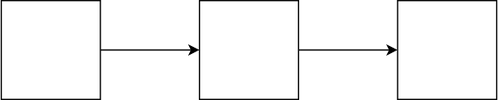
Above: zaiko_management.svg in awsome-cats/project-design-for-react (draw.io), before the change. Source tidied: cells renumbered, new cells last; positions are measured from the earlier drawing's top-left corner, leaving out a move shared by most shapes. Its diagram source:
```xml
<mxGraphModel>
  <root>
    <mxCell id="0" />
    <mxCell id="1" parent="0" />
    <mxCell id="2" style="edgeStyle=orthogonalEdgeStyle;rounded=0;jettySize=auto;html=1;" parent="1" edge="1" source="3" target="5">
      <mxGeometry relative="1" as="geometry" />
    </mxCell>
    <mxCell id="3" style="whiteSpace=wrap;html=1;" parent="1" vertex="1">
      <mxGeometry width="80" height="80" as="geometry" />
    </mxCell>
    <mxCell id="4" style="edgeStyle=orthogonalEdgeStyle;rounded=0;jettySize=auto;html=1;" parent="1" edge="1" source="5" target="6">
      <mxGeometry relative="1" as="geometry" />
    </mxCell>
    <mxCell id="5" style="whiteSpace=wrap;html=1;" parent="1" vertex="1">
      <mxGeometry x="160" width="80" height="80" as="geometry" />
    </mxCell>
    <mxCell id="6" style="whiteSpace=wrap;html=1;" parent="1" vertex="1">
      <mxGeometry x="320" width="80" height="80" as="geometry" />
    </mxCell>
  </root>
</mxGraphModel>
```
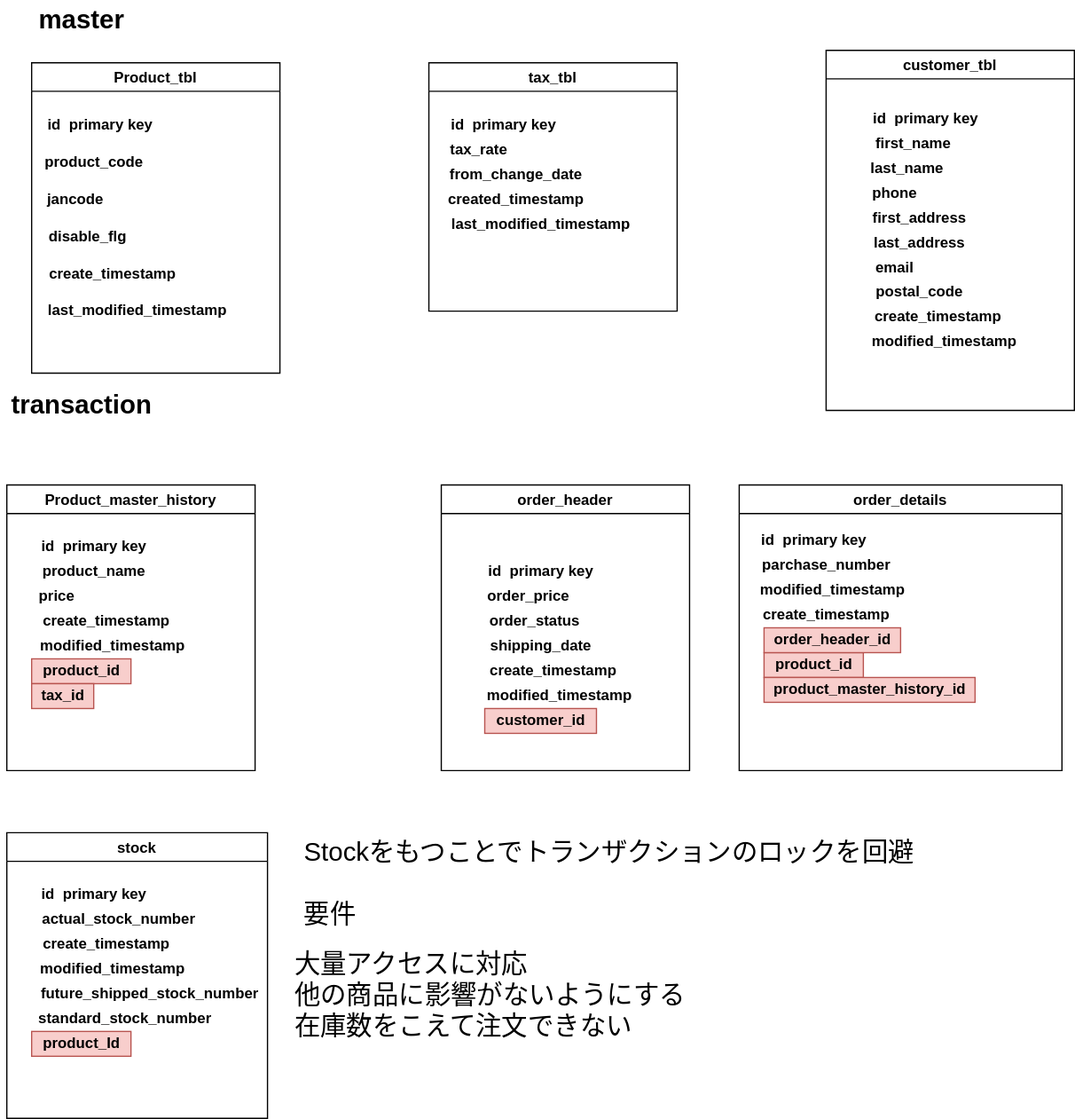
After the commit.

Change to the diagram source:
```diff
@@ -2,20 +2,198 @@
   <root>
     <mxCell id="0" />
     <mxCell id="1" parent="0" />
-    <mxCell id="2" style="edgeStyle=orthogonalEdgeStyle;rounded=0;jettySize=auto;html=1;" parent="1" edge="1" source="3" target="5">
-      <mxGeometry relative="1" as="geometry" />
+    <mxCell id="2" style="edgeStyle=orthogonalEdgeStyle;rounded=0;jettySize=auto;html=1;" parent="1" edge="1" target="x">
+      <mxGeometry relative="1" as="geometry">
+        <mxPoint x="80" y="40" as="sourcePoint" />
+      </mxGeometry>
     </mxCell>
-    <mxCell id="3" style="whiteSpace=wrap;html=1;" parent="1" vertex="1">
-      <mxGeometry width="80" height="80" as="geometry" />
-    </mxCell>
-    <mxCell id="4" style="edgeStyle=orthogonalEdgeStyle;rounded=0;jettySize=auto;html=1;" parent="1" edge="1" source="5" target="6">
-      <mxGeometry relative="1" as="geometry" />
+    <mxCell id="4" style="edgeStyle=orthogonalEdgeStyle;rounded=0;jettySize=auto;html=1;" parent="1" edge="1" target="x">
+      <mxGeometry relative="1" as="geometry">
+        <mxPoint x="240" y="40" as="sourcePoint" />
+      </mxGeometry>
     </mxCell>
-    <mxCell id="5" style="whiteSpace=wrap;html=1;" parent="1" vertex="1">
-      <mxGeometry x="160" width="80" height="80" as="geometry" />
-    </mxCell>
-    <mxCell id="6" style="whiteSpace=wrap;html=1;" parent="1" vertex="1">
-      <mxGeometry x="320" width="80" height="80" as="geometry" />
-    </mxCell>
+    <mxCell id="7" value="Product_tbl" style="swimlane;" parent="1" vertex="1">
+      <mxGeometry x="-50" y="150" width="200" height="250" as="geometry" />
+    </mxCell>
+    <mxCell id="8" value="id&amp;nbsp; primary key" style="text;html=1;align=center;verticalAlign=middle;strokeColor=none;fillColor=none;fontStyle=1;" parent="7" vertex="1">
+      <mxGeometry x="5" y="40" width="100" height="20" as="geometry" />
+    </mxCell>
+    <mxCell id="9" value="product_code" style="text;html=1;align=center;verticalAlign=middle;strokeColor=none;fillColor=none;fontStyle=1;" parent="7" vertex="1">
+      <mxGeometry x="5" y="70" width="90" height="20" as="geometry" />
+    </mxCell>
+    <mxCell id="10" value="last_modified_timestamp" style="text;html=1;align=center;verticalAlign=middle;strokeColor=none;fillColor=none;fontStyle=1;" parent="7" vertex="1">
+      <mxGeometry x="5" y="190" width="160" height="20" as="geometry" />
+    </mxCell>
+    <mxCell id="11" value="jancode" style="text;html=1;align=center;verticalAlign=middle;strokeColor=none;fillColor=none;fontStyle=1;" parent="7" vertex="1">
+      <mxGeometry x="5" y="100" width="60" height="20" as="geometry" />
+    </mxCell>
+    <mxCell id="12" value="disable_flg" style="text;html=1;align=center;verticalAlign=middle;strokeColor=none;fillColor=none;fontStyle=1;" parent="7" vertex="1">
+      <mxGeometry x="5" y="130" width="80" height="20" as="geometry" />
+    </mxCell>
+    <mxCell id="13" value="create_timestamp" style="text;html=1;align=center;verticalAlign=middle;strokeColor=none;fillColor=none;fontStyle=1;" parent="7" vertex="1">
+      <mxGeometry x="5" y="160" width="120" height="20" as="geometry" />
+    </mxCell>
+    <mxCell id="14" value="tax_tbl" style="swimlane;" parent="1" vertex="1">
+      <mxGeometry x="270" y="150" width="200" height="200" as="geometry" />
+    </mxCell>
+    <mxCell id="15" value="tax_rate" style="text;html=1;align=center;verticalAlign=middle;strokeColor=none;fillColor=none;fontStyle=1;" parent="14" vertex="1">
+      <mxGeometry x="10" y="60" width="60" height="20" as="geometry" />
+    </mxCell>
+    <mxCell id="16" value="created_timestamp" style="text;html=1;align=center;verticalAlign=middle;strokeColor=none;fillColor=none;fontStyle=1;" parent="14" vertex="1">
+      <mxGeometry x="10" y="100" width="120" height="20" as="geometry" />
+    </mxCell>
+    <mxCell id="17" value="last_modified_timestamp" style="text;html=1;align=center;verticalAlign=middle;strokeColor=none;fillColor=none;fontStyle=1;" parent="14" vertex="1">
+      <mxGeometry x="10" y="120" width="160" height="20" as="geometry" />
+    </mxCell>
+    <mxCell id="18" value="id&amp;nbsp; primary key" style="text;html=1;align=center;verticalAlign=middle;strokeColor=none;fillColor=none;fontStyle=1;" parent="14" vertex="1">
+      <mxGeometry x="10" y="40" width="100" height="20" as="geometry" />
+    </mxCell>
+    <mxCell id="19" value="from_change_date" style="text;html=1;align=center;verticalAlign=middle;strokeColor=none;fillColor=none;fontStyle=1;" parent="14" vertex="1">
+      <mxGeometry x="10" y="80" width="120" height="20" as="geometry" />
+    </mxCell>
+    <mxCell id="20" value="customer_tbl" style="swimlane;" parent="1" vertex="1">
+      <mxGeometry x="590" y="140" width="200" height="290" as="geometry" />
+    </mxCell>
+    <mxCell id="21" value="first_name&lt;span style=&quot;color: rgba(0 , 0 , 0 , 0) ; font-family: monospace ; font-size: 0px ; font-weight: 400&quot;&gt;%3CmxGraphModel%3E%3Croot%3E%3CmxCell%20id%3D%220%22%2F%3E%3CmxCell%20id%3D%221%22%20parent%3D%220%22%2F%3E%3CmxCell%20id%3D%222%22%20value%3D%22tax%22%20style%3D%22text%3Bhtml%3D1%3Balign%3Dcenter%3BverticalAlign%3Dmiddle%3Bresizable%3D0%3Bpoints%3D%5B%5D%3Bautosize%3D1%3BstrokeColor%3Dnone%3BfillColor%3Dnone%3BfontStyle%3D1%22%20vertex%3D%221%22%20parent%3D%221%22%3E%3CmxGeometry%20x%3D%22360%22%20y%3D%22270%22%20width%3D%2230%22%20height%3D%2220%22%20as%3D%22geometry%22%2F%3E%3C%2FmxCell%3E%3C%2Froot%3E%3C%2FmxGraphModel%3E&lt;/span&gt;" style="text;html=1;align=center;verticalAlign=middle;strokeColor=none;fillColor=none;fontStyle=1;" parent="20" vertex="1">
+      <mxGeometry x="30" y="65" width="80" height="20" as="geometry" />
+    </mxCell>
+    <mxCell id="22" value="phone&lt;span style=&quot;color: rgba(0 , 0 , 0 , 0) ; font-family: monospace ; font-size: 0px ; font-weight: 400&quot;&gt;%3CmxGraphModel%3E%3Croot%3E%3CmxCell%20id%3D%220%22%2F%3E%3CmxCell%20id%3D%221%22%20parent%3D%220%22%2F%3E%3CmxCell%20id%3D%222%22%20value%3D%22name%26lt%3Bspan%20style%3D%26quot%3Bcolor%3A%20rgba(0%20%2C%200%20%2C%200%20%2C%200)%20%3B%20font-family%3A%20monospace%20%3B%20font-size%3A%200px%20%3B%20font-weight%3A%20400%26quot%3B%26gt%3B%253CmxGraphModel%253E%253Croot%253E%253CmxCell%2520id%253D%25220%2522%252F%253E%253CmxCell%2520id%253D%25221%2522%2520parent%253D%25220%2522%252F%253E%253CmxCell%2520id%253D%25222%2522%2520value%253D%2522tax%2522%2520style%253D%2522text%253Bhtml%253D1%253Balign%253Dcenter%253BverticalAlign%253Dmiddle%253Bresizable%253D0%253Bpoints%253D%255B%255D%253Bautosize%253D1%253BstrokeColor%253Dnone%253BfillColor%253Dnone%253BfontStyle%253D1%2522%2520vertex%253D%25221%2522%2520parent%253D%25221%2522%253E%253CmxGeometry%2520x%253D%2522360%2522%2520y%253D%2522270%2522%2520width%253D%252230%2522%2520height%253D%252220%2522%2520as%253D%2522geometry%2522%252F%253E%253C%252FmxCell%253E%253C%252Froot%253E%253C%252FmxGraphModel%253E%26lt%3B%2Fspan%26gt%3B%22%20style%3D%22text%3Bhtml%3D1%3Balign%3Dcenter%3BverticalAlign%3Dmiddle%3Bresizable%3D0%3Bpoints%3D%5B%5D%3Bautosize%3D1%3BstrokeColor%3Dnone%3BfillColor%3Dnone%3BfontStyle%3D1%22%20vertex%3D%221%22%20parent%3D%221%22%3E%3CmxGeometry%20x%3D%22670%22%20y%3D%22260%22%20width%3D%2250%22%20height%3D%2220%22%20as%3D%22geometry%22%2F%3E%3C%2FmxCell%3E%3C%2Froot%3E%3C%2FmxGraphModel%3E_number&lt;/span&gt;" style="text;html=1;align=center;verticalAlign=middle;strokeColor=none;fillColor=none;fontStyle=1;" parent="20" vertex="1">
+      <mxGeometry x="30" y="105" width="50" height="20" as="geometry" />
+    </mxCell>
+    <mxCell id="23" value="email" style="text;html=1;align=center;verticalAlign=middle;strokeColor=none;fillColor=none;fontStyle=1;" parent="20" vertex="1">
+      <mxGeometry x="30" y="165" width="50" height="20" as="geometry" />
+    </mxCell>
+    <mxCell id="24" value="id&amp;nbsp; primary key" style="text;html=1;align=center;verticalAlign=middle;strokeColor=none;fillColor=none;fontStyle=1;" parent="20" vertex="1">
+      <mxGeometry x="30" y="45" width="100" height="20" as="geometry" />
+    </mxCell>
+    <mxCell id="25" value="last_name" style="text;html=1;align=center;verticalAlign=middle;strokeColor=none;fillColor=none;fontStyle=1;" parent="20" vertex="1">
+      <mxGeometry x="30" y="85" width="70" height="20" as="geometry" />
+    </mxCell>
+    <mxCell id="26" value="first_address" style="text;html=1;align=center;verticalAlign=middle;strokeColor=none;fillColor=none;fontStyle=1;" parent="20" vertex="1">
+      <mxGeometry x="30" y="125" width="90" height="20" as="geometry" />
+    </mxCell>
+    <mxCell id="27" value="last_address" style="text;html=1;align=center;verticalAlign=middle;strokeColor=none;fillColor=none;fontStyle=1;" parent="20" vertex="1">
+      <mxGeometry x="30" y="145" width="90" height="20" as="geometry" />
+    </mxCell>
+    <mxCell id="28" value="postal_code" style="text;html=1;align=center;verticalAlign=middle;strokeColor=none;fillColor=none;fontStyle=1;" parent="20" vertex="1">
+      <mxGeometry x="30" y="185" width="90" height="20" as="geometry" />
+    </mxCell>
+    <mxCell id="29" value="create_timestamp" style="text;html=1;align=center;verticalAlign=middle;strokeColor=none;fillColor=none;fontStyle=1;" parent="20" vertex="1">
+      <mxGeometry x="30" y="205" width="120" height="20" as="geometry" />
+    </mxCell>
+    <mxCell id="30" value="modified_timestamp" style="text;html=1;align=center;verticalAlign=middle;strokeColor=none;fillColor=none;fontStyle=1;" parent="20" vertex="1">
+      <mxGeometry x="30" y="225" width="130" height="20" as="geometry" />
+    </mxCell>
+    <mxCell id="31" value="master" style="text;html=1;align=center;verticalAlign=middle;strokeColor=none;fillColor=none;fontSize=21;fontStyle=1;" parent="1" vertex="1">
+      <mxGeometry x="-50" y="100" width="80" height="30" as="geometry" />
+    </mxCell>
+    <mxCell id="32" value="transaction" style="text;html=1;align=center;verticalAlign=middle;strokeColor=none;fillColor=none;fontSize=21;fontStyle=1;" parent="1" vertex="1">
+      <mxGeometry x="-75" y="410" width="130" height="30" as="geometry" />
+    </mxCell>
+    <mxCell id="33" value="order_header" style="swimlane;" parent="1" vertex="1">
+      <mxGeometry x="280" y="490" width="200" height="230" as="geometry" />
+    </mxCell>
+    <mxCell id="34" value="id&amp;nbsp; primary key" style="text;html=1;align=center;verticalAlign=middle;strokeColor=none;fillColor=none;fontStyle=1;" parent="33" vertex="1">
+      <mxGeometry x="30" y="60" width="100" height="20" as="geometry" />
+    </mxCell>
+    <mxCell id="35" value="create_timestamp" style="text;html=1;align=center;verticalAlign=middle;strokeColor=none;fillColor=none;fontStyle=1;" parent="33" vertex="1">
+      <mxGeometry x="30" y="140" width="120" height="20" as="geometry" />
+    </mxCell>
+    <mxCell id="36" value="order_price" style="text;html=1;align=center;verticalAlign=middle;strokeColor=none;fillColor=none;fontStyle=1;" parent="33" vertex="1">
+      <mxGeometry x="30" y="80" width="80" height="20" as="geometry" />
+    </mxCell>
+    <mxCell id="37" value="order_status" style="text;html=1;align=center;verticalAlign=middle;strokeColor=none;fillColor=none;fontStyle=1;" parent="33" vertex="1">
+      <mxGeometry x="30" y="100" width="90" height="20" as="geometry" />
+    </mxCell>
+    <mxCell id="38" value="customer_id" style="text;html=1;align=center;verticalAlign=middle;strokeColor=#b85450;fillColor=#f8cecc;fontStyle=1;" parent="33" vertex="1">
+      <mxGeometry x="35" y="180" width="90" height="20" as="geometry" />
+    </mxCell>
+    <mxCell id="39" value="shipping_date" style="text;html=1;align=center;verticalAlign=middle;strokeColor=none;fillColor=none;fontStyle=1;" parent="33" vertex="1">
+      <mxGeometry x="30" y="120" width="100" height="20" as="geometry" />
+    </mxCell>
+    <mxCell id="40" value="modified_timestamp" style="text;html=1;align=center;verticalAlign=middle;strokeColor=none;fillColor=none;fontStyle=1;" parent="33" vertex="1">
+      <mxGeometry x="30" y="160" width="130" height="20" as="geometry" />
+    </mxCell>
+    <mxCell id="41" value="order_details" style="swimlane;" parent="1" vertex="1">
+      <mxGeometry x="520" y="490" width="260" height="230" as="geometry" />
+    </mxCell>
+    <mxCell id="42" value="id&amp;nbsp; primary key" style="text;html=1;align=center;verticalAlign=middle;strokeColor=none;fillColor=none;fontStyle=1;" parent="41" vertex="1">
+      <mxGeometry x="10" y="35" width="100" height="20" as="geometry" />
+    </mxCell>
+    <mxCell id="43" value="product_id&lt;span style=&quot;color: rgba(0 , 0 , 0 , 0) ; font-family: monospace ; font-size: 0px ; font-weight: 400&quot;&gt;%3CmxGraphModel%3E%3Croot%3E%3CmxCell%20id%3D%220%22%2F%3E%3CmxCell%20id%3D%221%22%20parent%3D%220%22%2F%3E%3CmxCell%20id%3D%222%22%20value%3D%22id%26amp%3Bnbsp%3B%20primary%20key%22%20style%3D%22text%3Bhtml%3D1%3Balign%3Dcenter%3BverticalAlign%3Dmiddle%3Bresizable%3D0%3Bpoints%3D%5B%5D%3Bautosize%3D1%3BstrokeColor%3Dnone%3BfillColor%3Dnone%3BfontStyle%3D1%22%20vertex%3D%221%22%20parent%3D%221%22%3E%3CmxGeometry%20x%3D%22270%22%20y%3D%22585%22%20width%3D%22100%22%20height%3D%2220%22%20as%3D%22geometry%22%2F%3E%3C%2FmxCell%3E%3C%2Froot%3E%3C%2FmxGraphModel%&lt;/span&gt;" style="text;html=1;align=center;verticalAlign=middle;strokeColor=#b85450;fillColor=#f8cecc;fontStyle=1;" parent="41" vertex="1">
+      <mxGeometry x="20" y="135" width="80" height="20" as="geometry" />
+    </mxCell>
+    <mxCell id="44" value="order_header_id" style="text;html=1;align=center;verticalAlign=middle;strokeColor=#b85450;fillColor=#f8cecc;fontStyle=1;" parent="41" vertex="1">
+      <mxGeometry x="20" y="115" width="110" height="20" as="geometry" />
+    </mxCell>
+    <mxCell id="45" value="create_timestamp" style="text;html=1;align=center;verticalAlign=middle;strokeColor=none;fillColor=none;fontStyle=1;" parent="41" vertex="1">
+      <mxGeometry x="10" y="95" width="120" height="20" as="geometry" />
+    </mxCell>
+    <mxCell id="46" value="parchase_number" style="text;html=1;align=center;verticalAlign=middle;strokeColor=none;fillColor=none;fontStyle=1;" parent="41" vertex="1">
+      <mxGeometry x="10" y="55" width="120" height="20" as="geometry" />
+    </mxCell>
+    <mxCell id="47" value="product_master_history_id" style="text;html=1;align=center;verticalAlign=middle;strokeColor=#b85450;fillColor=#f8cecc;fontStyle=1;" parent="41" vertex="1">
+      <mxGeometry x="20" y="155" width="170" height="20" as="geometry" />
+    </mxCell>
+    <mxCell id="48" value="modified_timestamp" style="text;html=1;align=center;verticalAlign=middle;strokeColor=none;fillColor=none;fontStyle=1;" parent="41" vertex="1">
+      <mxGeometry x="10" y="75" width="130" height="20" as="geometry" />
+    </mxCell>
+    <mxCell id="49" value="Product_master_history" style="swimlane;" parent="1" vertex="1">
+      <mxGeometry x="-70" y="490" width="200" height="230" as="geometry" />
+    </mxCell>
+    <mxCell id="50" value="id&amp;nbsp; primary key" style="text;html=1;align=center;verticalAlign=middle;strokeColor=none;fillColor=none;fontStyle=1;" parent="49" vertex="1">
+      <mxGeometry x="20" y="40" width="100" height="20" as="geometry" />
+    </mxCell>
+    <mxCell id="51" value="product_name" style="text;html=1;align=center;verticalAlign=middle;strokeColor=none;fillColor=none;fontStyle=1;" parent="49" vertex="1">
+      <mxGeometry x="20" y="60" width="100" height="20" as="geometry" />
+    </mxCell>
+    <mxCell id="52" value="product_id" style="text;html=1;align=center;verticalAlign=middle;strokeColor=#b85450;fillColor=#f8cecc;fontStyle=1;" parent="49" vertex="1">
+      <mxGeometry x="20" y="140" width="80" height="20" as="geometry" />
+    </mxCell>
+    <mxCell id="53" value="price" style="text;html=1;align=center;verticalAlign=middle;strokeColor=none;fillColor=none;fontStyle=1;" parent="49" vertex="1">
+      <mxGeometry x="20" y="80" width="40" height="20" as="geometry" />
+    </mxCell>
+    <mxCell id="54" value="tax_id" style="text;html=1;align=center;verticalAlign=middle;strokeColor=#b85450;fillColor=#f8cecc;fontStyle=1;" parent="49" vertex="1">
+      <mxGeometry x="20" y="160" width="50" height="20" as="geometry" />
+    </mxCell>
+    <mxCell id="55" value="create_timestamp" style="text;html=1;align=center;verticalAlign=middle;strokeColor=none;fillColor=none;fontStyle=1;" parent="49" vertex="1">
+      <mxGeometry x="20" y="100" width="120" height="20" as="geometry" />
+    </mxCell>
+    <mxCell id="56" value="modified_timestamp" style="text;html=1;align=center;verticalAlign=middle;strokeColor=none;fillColor=none;fontStyle=1;" parent="49" vertex="1">
+      <mxGeometry x="20" y="120" width="130" height="20" as="geometry" />
+    </mxCell>
+    <mxCell id="57" value="stock" style="swimlane;" parent="1" vertex="1">
+      <mxGeometry x="-70" y="770" width="210" height="230" as="geometry" />
+    </mxCell>
+    <mxCell id="58" value="id&amp;nbsp; primary key" style="text;html=1;align=center;verticalAlign=middle;strokeColor=none;fillColor=none;fontStyle=1;" parent="57" vertex="1">
+      <mxGeometry x="20" y="40" width="100" height="20" as="geometry" />
+    </mxCell>
+    <mxCell id="59" value="product_Id" style="text;html=1;align=center;verticalAlign=middle;strokeColor=#b85450;fillColor=#f8cecc;fontStyle=1;" parent="57" vertex="1">
+      <mxGeometry x="20" y="160" width="80" height="20" as="geometry" />
+    </mxCell>
+    <mxCell id="60" value="actual_stock_number" style="text;html=1;align=center;verticalAlign=middle;strokeColor=none;fillColor=none;fontStyle=1;" parent="57" vertex="1">
+      <mxGeometry x="20" y="60" width="140" height="20" as="geometry" />
+    </mxCell>
+    <mxCell id="61" value="create_timestamp" style="text;html=1;align=center;verticalAlign=middle;strokeColor=none;fillColor=none;fontStyle=1;" parent="57" vertex="1">
+      <mxGeometry x="20" y="80" width="120" height="20" as="geometry" />
+    </mxCell>
+    <mxCell id="62" value="modified_timestamp" style="text;html=1;align=center;verticalAlign=middle;strokeColor=none;fillColor=none;fontStyle=1;" parent="57" vertex="1">
+      <mxGeometry x="20" y="100" width="130" height="20" as="geometry" />
+    </mxCell>
+    <mxCell id="63" value="future_shipped_stock_number" style="text;html=1;align=center;verticalAlign=middle;strokeColor=none;fillColor=none;fontStyle=1;" parent="57" vertex="1">
+      <mxGeometry x="20" y="120" width="190" height="20" as="geometry" />
+    </mxCell>
+    <mxCell id="64" value="standard_stock_number" style="text;html=1;align=center;verticalAlign=middle;strokeColor=none;fillColor=none;fontStyle=1;" parent="57" vertex="1">
+      <mxGeometry x="20" y="140" width="150" height="20" as="geometry" />
+    </mxCell>
+    <mxCell id="65" value="Stockをもつことでトランザクションのロックを回避" style="text;html=1;align=center;verticalAlign=middle;strokeColor=none;fillColor=none;fontSize=21;" parent="1" vertex="1">
+      <mxGeometry x="160" y="770" width="510" height="30" as="geometry" />
+    </mxCell>
+    <mxCell id="66" value="要件" style="text;html=1;align=center;verticalAlign=middle;strokeColor=none;fillColor=none;fontSize=21;" parent="1" vertex="1">
+      <mxGeometry x="160" y="820" width="60" height="30" as="geometry" />
+    </mxCell>
+    <mxCell id="67" value="大量アクセスに対応&lt;br&gt;他の商品に影響がないようにする&lt;br&gt;在庫数をこえて注文できない" style="text;html=1;align=left;verticalAlign=middle;strokeColor=none;fillColor=none;fontSize=21;" parent="1" vertex="1">
+      <mxGeometry x="160" y="860" width="330" height="80" as="geometry" />
+    </mxCell>
   </root>
 </mxGraphModel>
```
